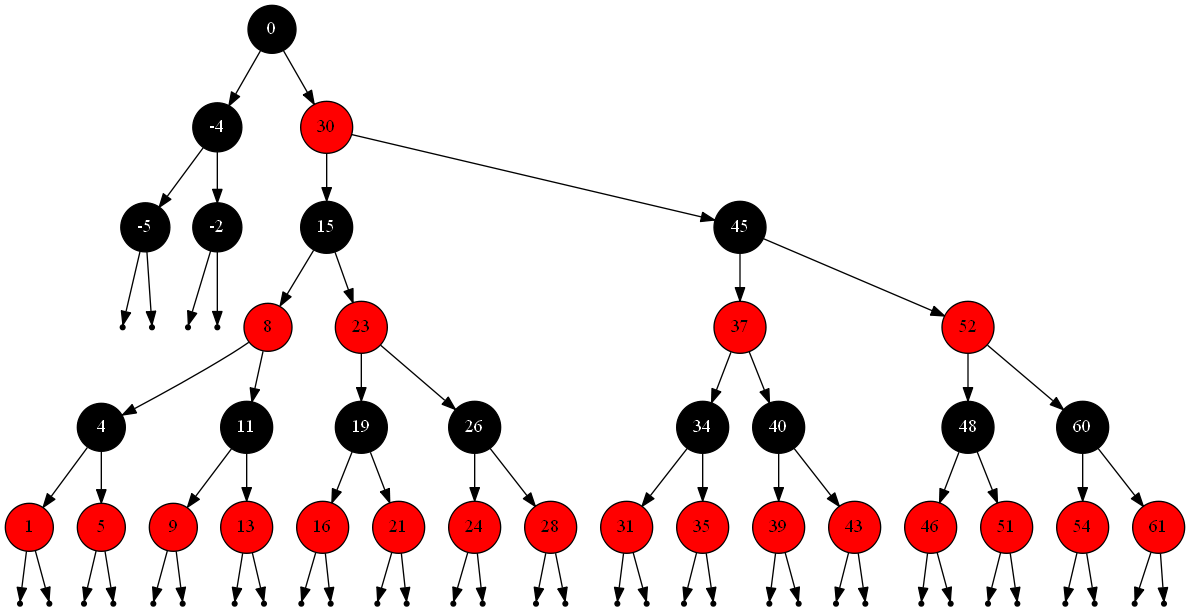
The Graphviz diagram Gevorderde algoritmen/Labo/1. Rood-zwarte bomen/Rood-zwarte bomen/1-binair.png in Lentosy/Master-Informatica, before a commit. Its source is kept beside it as Gevorderde algoritmen/Labo/1. Rood-zwarte bomen/Rood-zwarte bomen/1-binair.dot. The source it was exported from:
```dot
digraph {
node[shape=circle]
"0"[label="0"][style=filled][fillcolor=black][fontcolor=white];
"-4"[label="-4"][style=filled][fillcolor=black][fontcolor=white];
"-5"[label="-5"][style=filled][fillcolor=black][fontcolor=white];
null1 [shape=point];
null2 [shape=point];
"-5" -> null1;
"-5" -> null2;
"-2"[label="-2"][style=filled][fillcolor=black][fontcolor=white];
null3 [shape=point];
null4 [shape=point];
"-2" -> null3;
"-2" -> null4;
"-4" -> "-5";
"-4" -> "-2";
"30"[label="30"][style=filled][fillcolor=red][fontcolor=black];
"15"[label="15"][style=filled][fillcolor=black][fontcolor=white];
"8"[label="8"][style=filled][fillcolor=red][fontcolor=black];
"4"[label="4"][style=filled][fillcolor=black][fontcolor=white];
"1"[label="1"][style=filled][fillcolor=red][fontcolor=black];
null5 [shape=point];
null6 [shape=point];
"1" -> null5;
"1" -> null6;
"5"[label="5"][style=filled][fillcolor=red][fontcolor=black];
null7 [shape=point];
null8 [shape=point];
"5" -> null7;
"5" -> null8;
"4" -> "1";
"4" -> "5";
"11"[label="11"][style=filled][fillcolor=black][fontcolor=white];
"9"[label="9"][style=filled][fillcolor=red][fontcolor=black];
null9 [shape=point];
null10 [shape=point];
"9" -> null9;
"9" -> null10;
"13"[label="13"][style=filled][fillcolor=red][fontcolor=black];
null11 [shape=point];
null12 [shape=point];
"13" -> null11;
"13" -> null12;
"11" -> "9";
"11" -> "13";
"8" -> "4";
"8" -> "11";
"23"[label="23"][style=filled][fillcolor=red][fontcolor=black];
"19"[label="19"][style=filled][fillcolor=black][fontcolor=white];
"16"[label="16"][style=filled][fillcolor=red][fontcolor=black];
null13 [shape=point];
null14 [shape=point];
"16" -> null13;
"16" -> null14;
"21"[label="21"][style=filled][fillcolor=red][fontcolor=black];
null15 [shape=point];
null16 [shape=point];
"21" -> null15;
"21" -> null16;
"19" -> "16";
"19" -> "21";
"26"[label="26"][style=filled][fillcolor=black][fontcolor=white];
"24"[label="24"][style=filled][fillcolor=red][fontcolor=black];
null17 [shape=point];
null18 [shape=point];
"24" -> null17;
"24" -> null18;
"28"[label="28"][style=filled][fillcolor=red][fontcolor=black];
null19 [shape=point];
null20 [shape=point];
"28" -> null19;
"28" -> null20;
"26" -> "24";
"26" -> "28";
"23" -> "19";
"23" -> "26";
"15" -> "8";
"15" -> "23";
"45"[label="45"][style=filled][fillcolor=black][fontcolor=white];
"37"[label="37"][style=filled][fillcolor=red][fontcolor=black];
"34"[label="34"][style=filled][fillcolor=black][fontcolor=white];
"31"[label="31"][style=filled][fillcolor=red][fontcolor=black];
null21 [shape=point];
null22 [shape=point];
"31" -> null21;
"31" -> null22;
"35"[label="35"][style=filled][fillcolor=red][fontcolor=black];
null23 [shape=point];
null24 [shape=point];
"35" -> null23;
"35" -> null24;
"34" -> "31";
"34" -> "35";
"40"[label="40"][style=filled][fillcolor=black][fontcolor=white];
"39"[label="39"][style=filled][fillcolor=red][fontcolor=black];
null25 [shape=point];
null26 [shape=point];
"39" -> null25;
"39" -> null26;
"43"[label="43"][style=filled][fillcolor=red][fontcolor=black];
null27 [shape=point];
null28 [shape=point];
"43" -> null27;
"43" -> null28;
"40" -> "39";
"40" -> "43";
"37" -> "34";
"37" -> "40";
"52"[label="52"][style=filled][fillcolor=red][fontcolor=black];
"48"[label="48"][style=filled][fillcolor=black][fontcolor=white];
"46"[label="46"][style=filled][fillcolor=red][fontcolor=black];
null29 [shape=point];
null30 [shape=point];
"46" -> null29;
"46" -> null30;
"51"[label="51"][style=filled][fillcolor=red][fontcolor=black];
null31 [shape=point];
null32 [shape=point];
"51" -> null31;
"51" -> null32;
"48" -> "46";
"48" -> "51";
"60"[label="60"][style=filled][fillcolor=black][fontcolor=white];
"54"[label="54"][style=filled][fillcolor=red][fontcolor=black];
null33 [shape=point];
null34 [shape=point];
"54" -> null33;
"54" -> null34;
"61"[label="61"][style=filled][fillcolor=red][fontcolor=black];
null35 [shape=point];
null36 [shape=point];
"61" -> null35;
"61" -> null36;
"60" -> "54";
"60" -> "61";
"52" -> "48";
"52" -> "60";
"45" -> "37";
"45" -> "52";
"30" -> "15";
"30" -> "45";
"0" -> "-4";
"0" -> "30";
}
```
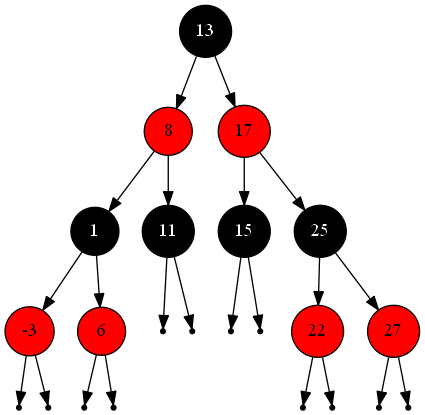
After the commit.

Diff of the diagram source:
```diff
@@ -1,144 +1,48 @@
 digraph {
 node[shape=circle]
-"0"[label="0"][style=filled][fillcolor=black][fontcolor=white];
-"-4"[label="-4"][style=filled][fillcolor=black][fontcolor=white];
-"-5"[label="-5"][style=filled][fillcolor=black][fontcolor=white];
+"13"[label="13"][style=filled][fillcolor=black][fontcolor=white];
+"8"[label="8"][style=filled][fillcolor=red][fontcolor=black];
+"1"[label="1"][style=filled][fillcolor=black][fontcolor=white];
+"-3"[label="-3"][style=filled][fillcolor=red][fontcolor=black];
 null1 [shape=point];
 null2 [shape=point];
-"-5" -> null1;
-"-5" -> null2;
-"-2"[label="-2"][style=filled][fillcolor=black][fontcolor=white];
+"-3" -> null1;
+"-3" -> null2;
+"6"[label="6"][style=filled][fillcolor=red][fontcolor=black];
 null3 [shape=point];
 null4 [shape=point];
-"-2" -> null3;
-"-2" -> null4;
-"-4" -> "-5";
-"-4" -> "-2";
-"30"[label="30"][style=filled][fillcolor=red][fontcolor=black];
-"15"[label="15"][style=filled][fillcolor=black][fontcolor=white];
-"8"[label="8"][style=filled][fillcolor=red][fontcolor=black];
-"4"[label="4"][style=filled][fillcolor=black][fontcolor=white];
-"1"[label="1"][style=filled][fillcolor=red][fontcolor=black];
+"6" -> null3;
+"6" -> null4;
+"1" -> "-3";
+"1" -> "6";
+"11"[label="11"][style=filled][fillcolor=black][fontcolor=white];
 null5 [shape=point];
 null6 [shape=point];
-"1" -> null5;
-"1" -> null6;
-"5"[label="5"][style=filled][fillcolor=red][fontcolor=black];
+"11" -> null5;
+"11" -> null6;
+"8" -> "1";
+"8" -> "11";
+"17"[label="17"][style=filled][fillcolor=red][fontcolor=black];
+"15"[label="15"][style=filled][fillcolor=black][fontcolor=white];
 null7 [shape=point];
 null8 [shape=point];
-"5" -> null7;
-"5" -> null8;
-"4" -> "1";
-"4" -> "5";
-"11"[label="11"][style=filled][fillcolor=black][fontcolor=white];
-"9"[label="9"][style=filled][fillcolor=red][fontcolor=black];
+"15" -> null7;
+"15" -> null8;
+"25"[label="25"][style=filled][fillcolor=black][fontcolor=white];
+"22"[label="22"][style=filled][fillcolor=red][fontcolor=black];
 null9 [shape=point];
 null10 [shape=point];
-"9" -> null9;
-"9" -> null10;
-"13"[label="13"][style=filled][fillcolor=red][fontcolor=black];
+"22" -> null9;
+"22" -> null10;
+"27"[label="27"][style=filled][fillcolor=red][fontcolor=black];
 null11 [shape=point];
 null12 [shape=point];
-"13" -> null11;
-"13" -> null12;
-"11" -> "9";
-"11" -> "13";
-"8" -> "4";
-"8" -> "11";
-"23"[label="23"][style=filled][fillcolor=red][fontcolor=black];
-"19"[label="19"][style=filled][fillcolor=black][fontcolor=white];
-"16"[label="16"][style=filled][fillcolor=red][fontcolor=black];
-null13 [shape=point];
-null14 [shape=point];
-"16" -> null13;
-"16" -> null14;
-"21"[label="21"][style=filled][fillcolor=red][fontcolor=black];
-null15 [shape=point];
-null16 [shape=point];
-"21" -> null15;
-"21" -> null16;
-"19" -> "16";
-"19" -> "21";
-"26"[label="26"][style=filled][fillcolor=black][fontcolor=white];
-"24"[label="24"][style=filled][fillcolor=red][fontcolor=black];
-null17 [shape=point];
-null18 [shape=point];
-"24" -> null17;
-"24" -> null18;
-"28"[label="28"][style=filled][fillcolor=red][fontcolor=black];
-null19 [shape=point];
-null20 [shape=point];
-"28" -> null19;
-"28" -> null20;
-"26" -> "24";
-"26" -> "28";
-"23" -> "19";
-"23" -> "26";
-"15" -> "8";
-"15" -> "23";
-"45"[label="45"][style=filled][fillcolor=black][fontcolor=white];
-"37"[label="37"][style=filled][fillcolor=red][fontcolor=black];
-"34"[label="34"][style=filled][fillcolor=black][fontcolor=white];
-"31"[label="31"][style=filled][fillcolor=red][fontcolor=black];
-null21 [shape=point];
-null22 [shape=point];
-"31" -> null21;
-"31" -> null22;
-"35"[label="35"][style=filled][fillcolor=red][fontcolor=black];
-null23 [shape=point];
-null24 [shape=point];
-"35" -> null23;
-"35" -> null24;
-"34" -> "31";
-"34" -> "35";
-"40"[label="40"][style=filled][fillcolor=black][fontcolor=white];
-"39"[label="39"][style=filled][fillcolor=red][fontcolor=black];
-null25 [shape=point];
-null26 [shape=point];
-"39" -> null25;
-"39" -> null26;
-"43"[label="43"][style=filled][fillcolor=red][fontcolor=black];
-null27 [shape=point];
-null28 [shape=point];
-"43" -> null27;
-"43" -> null28;
-"40" -> "39";
-"40" -> "43";
-"37" -> "34";
-"37" -> "40";
-"52"[label="52"][style=filled][fillcolor=red][fontcolor=black];
-"48"[label="48"][style=filled][fillcolor=black][fontcolor=white];
-"46"[label="46"][style=filled][fillcolor=red][fontcolor=black];
-null29 [shape=point];
-null30 [shape=point];
-"46" -> null29;
-"46" -> null30;
-"51"[label="51"][style=filled][fillcolor=red][fontcolor=black];
-null31 [shape=point];
-null32 [shape=point];
-"51" -> null31;
-"51" -> null32;
-"48" -> "46";
-"48" -> "51";
-"60"[label="60"][style=filled][fillcolor=black][fontcolor=white];
-"54"[label="54"][style=filled][fillcolor=red][fontcolor=black];
-null33 [shape=point];
-null34 [shape=point];
-"54" -> null33;
-"54" -> null34;
-"61"[label="61"][style=filled][fillcolor=red][fontcolor=black];
-null35 [shape=point];
-null36 [shape=point];
-"61" -> null35;
-"61" -> null36;
-"60" -> "54";
-"60" -> "61";
-"52" -> "48";
-"52" -> "60";
-"45" -> "37";
-"45" -> "52";
-"30" -> "15";
-"30" -> "45";
-"0" -> "-4";
-"0" -> "30";
+"27" -> null11;
+"27" -> null12;
+"25" -> "22";
+"25" -> "27";
+"17" -> "15";
+"17" -> "25";
+"13" -> "8";
+"13" -> "17";
 }
```
